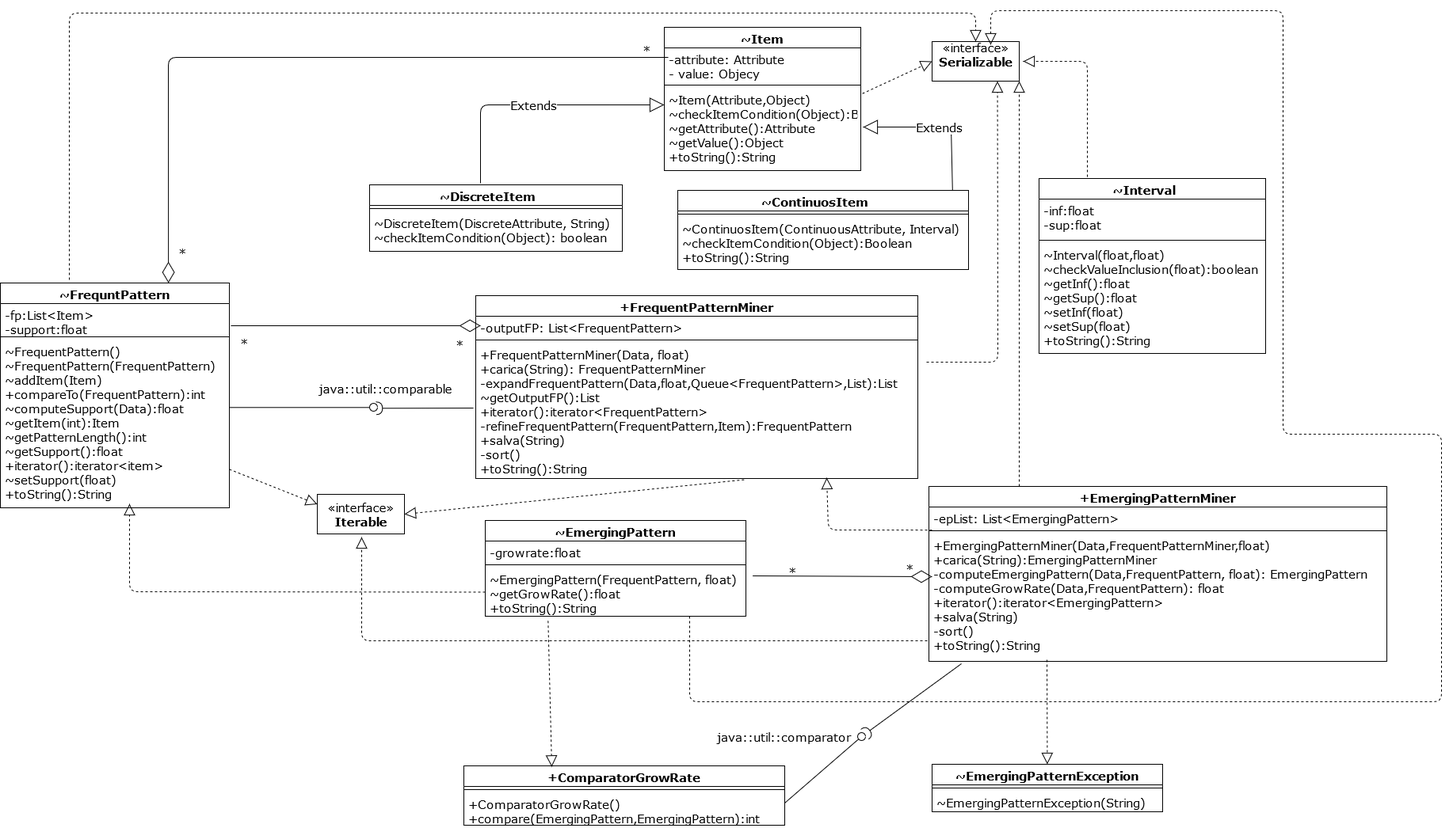
Earlier version of the draw.io export doc/diagramma classi server/DIAGRAMMA CLASSI MINER.png (StefanoBavaro/Progetto-MAP). Source tidied: cells renumbered, new cells last; positions are measured from the earlier drawing's top-left corner, leaving out a move shared by most shapes.
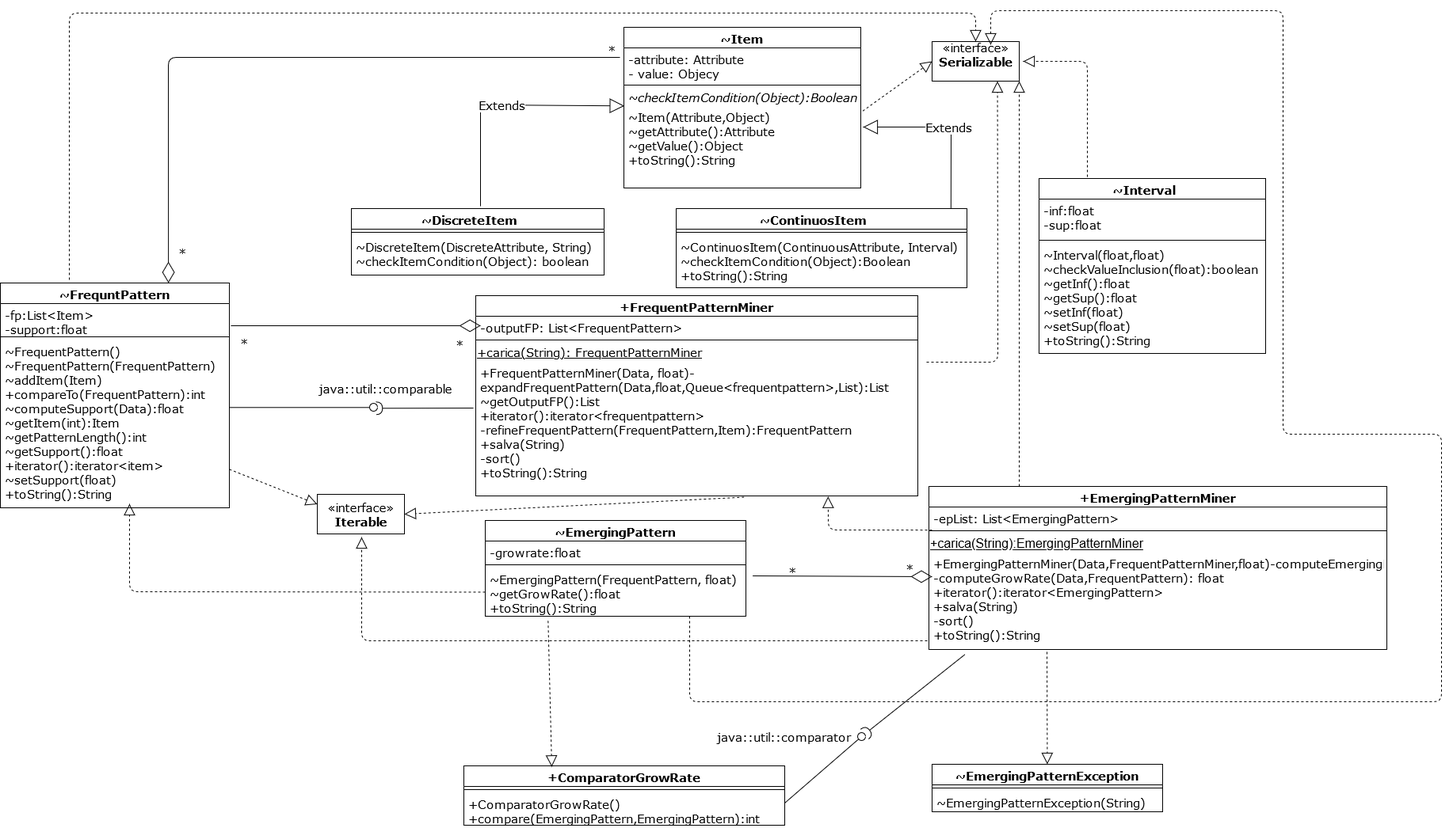
After the change.

Change to the diagram source:
```diff
@@ -3,19 +3,22 @@
     <mxCell id="0" />
     <mxCell id="1" parent="0" />
     <mxCell id="2" value="~Item" style="swimlane;fontStyle=1;align=center;verticalAlign=top;horizontal=1;startSize=26;fontFamily=Verdana;fontSize=15;" parent="1" vertex="1">
-      <mxGeometry x="838" y="21" width="248" height="181" as="geometry" />
+      <mxGeometry x="787" y="21" width="299" height="203" as="geometry" />
     </mxCell>
     <mxCell id="3" value="-attribute: Attribute&#10;- value: Objecy&#10;" style="text;strokeColor=none;fillColor=none;align=left;verticalAlign=top;spacingLeft=4;spacingRight=4;overflow=hidden;fontFamily=Verdana;fontSize=15;" parent="2" vertex="1">
-      <mxGeometry y="26" width="248" height="43" as="geometry" />
+      <mxGeometry y="26" width="299" height="43" as="geometry" />
     </mxCell>
     <mxCell id="4" style="line;strokeWidth=1;fillColor=none;align=left;verticalAlign=middle;spacingTop=-1;spacingLeft=3;spacingRight=3;labelPosition=right;fontFamily=Verdana;fontSize=15;" parent="2" vertex="1">
-      <mxGeometry y="69" width="248" height="8" as="geometry" />
+      <mxGeometry y="69" width="299" height="8" as="geometry" />
     </mxCell>
+    <mxCell id="72" value="~checkItemCondition(Object):Boolean" style="text;html=1;align=center;verticalAlign=middle;points=[];strokeColor=none;fillColor=none;fontSize=15;fontFamily=Verdana;fontStyle=2;" parent="2" vertex="1">
+      <mxGeometry y="77" width="299" height="22" as="geometry" />
+    </mxCell>
-    <mxCell id="5" value="~Item(Attribute,Object)&#10;~checkItemCondition(Object):Boolean&#10;~getAttribute():Attribute&#10;~getValue():Object&#10;+toString():String&#10;" style="text;strokeColor=none;fillColor=none;align=left;verticalAlign=top;spacingLeft=4;spacingRight=4;overflow=hidden;points=[[0,0.5],[1,0.5]];portConstraint=eastwest;fontFamily=Verdana;fontSize=15;" parent="2" vertex="1">
-      <mxGeometry y="77" width="248" height="104" as="geometry" />
+    <mxCell id="5" value="~Item(Attribute,Object)&#10;~getAttribute():Attribute&#10;~getValue():Object&#10;+toString():String&#10;" style="text;strokeColor=none;fillColor=none;align=left;verticalAlign=top;spacingLeft=4;spacingRight=4;overflow=hidden;points=[[0,0.5],[1,0.5]];portConstraint=eastwest;fontFamily=Verdana;fontSize=15;" parent="2" vertex="1">
+      <mxGeometry y="99" width="299" height="104" as="geometry" />
     </mxCell>
     <mxCell id="6" value="~DiscreteItem     " style="swimlane;fontStyle=1;align=center;verticalAlign=top;horizontal=1;startSize=26;fontFamily=Verdana;fontSize=15;" parent="1" vertex="1">
-      <mxGeometry x="466" y="220" width="319" height="84" as="geometry" />
+      <mxGeometry x="443" y="250" width="319" height="84" as="geometry" />
     </mxCell>
     <mxCell id="7" style="line;strokeWidth=1;fillColor=none;align=left;verticalAlign=middle;spacingTop=-1;spacingLeft=3;spacingRight=3;labelPosition=right;fontFamily=Verdana;fontSize=15;" parent="6" vertex="1">
       <mxGeometry y="26" width="319" height="8" as="geometry" />
@@ -24,7 +27,7 @@
       <mxGeometry y="34" width="319" height="50" as="geometry" />
     </mxCell>
     <mxCell id="9" value="~ContinuosItem    " style="swimlane;fontStyle=1;align=center;verticalAlign=top;horizontal=1;startSize=26;fontFamily=Verdana;fontSize=15;" parent="1" vertex="1">
-      <mxGeometry x="855" y="227" width="367" height="100" as="geometry" />
+      <mxGeometry x="853" y="250" width="367" height="100" as="geometry" />
     </mxCell>
     <mxCell id="10" style="line;strokeWidth=1;fillColor=none;align=left;verticalAlign=middle;spacingTop=-1;spacingLeft=3;spacingRight=3;labelPosition=right;fontFamily=Verdana;fontSize=15;" parent="9" vertex="1">
       <mxGeometry y="26" width="367" height="8" as="geometry" />
@@ -57,7 +60,7 @@
       <mxGeometry y="72" width="289" height="212" as="geometry" />
     </mxCell>
     <mxCell id="20" value="+FrequentPatternMiner" style="swimlane;fontStyle=1;align=center;verticalAlign=top;horizontal=1;startSize=26;fontFamily=Verdana;fontSize=15;" parent="1" vertex="1">
-      <mxGeometry x="600" y="360" width="558" height="231" as="geometry" />
+      <mxGeometry x="600" y="360" width="558" height="253" as="geometry" />
     </mxCell>
     <mxCell id="21" value="-outputFP: List&lt;FrequentPattern&gt;" style="text;strokeColor=none;fillColor=none;align=left;verticalAlign=top;spacingLeft=4;spacingRight=4;overflow=hidden;points=[[0,0.5],[1,0.5]];portConstraint=eastwest;fontFamily=Verdana;fontSize=15;" parent="20" vertex="1">
       <mxGeometry y="26" width="558" height="26" as="geometry" />
@@ -65,8 +68,11 @@
     <mxCell id="22" style="line;strokeWidth=1;fillColor=none;align=left;verticalAlign=middle;spacingTop=-1;spacingLeft=3;spacingRight=3;labelPosition=right;fontFamily=Verdana;fontSize=15;" parent="20" vertex="1">
       <mxGeometry y="52" width="558" height="8" as="geometry" />
     </mxCell>
+    <mxCell id="73" value="&lt;div style=&quot;font-size: 15px;&quot; align=&quot;left&quot;&gt;+carica(String): FrequentPatternMiner&lt;/div&gt;" style="text;html=1;align=left;verticalAlign=middle;strokeColor=none;fillColor=none;fontStyle=4;fontSize=15;fontFamily=Verdana;" parent="20" vertex="1">
+      <mxGeometry y="60" width="558" height="22" as="geometry" />
+    </mxCell>
-    <mxCell id="23" value="+FrequentPatternMiner(Data, float)&#10;+carica(String): FrequentPatternMiner&#10;-expandFrequentPattern(Data,float,Queue&lt;FrequentPattern&gt;,List):List&#10;~getOutputFP():List&#10;+iterator():iterator&lt;FrequentPattern&gt;&#10;-refineFrequentPattern(FrequentPattern,Item):FrequentPattern&#10;+salva(String)&#10;-sort()&#10;+toString():String&#10;" style="text;strokeColor=none;fillColor=none;align=left;verticalAlign=top;spacingLeft=4;spacingRight=4;overflow=hidden;points=[[0,0.5],[1,0.5]];portConstraint=eastwest;fontFamily=Verdana;fontSize=15;" parent="20" vertex="1">
-      <mxGeometry y="60" width="558" height="171" as="geometry" />
+    <mxCell id="23" value="+FrequentPatternMiner(Data, float)-expandFrequentPattern(Data,float,Queue&lt;frequentpattern&gt;,List):List&#10;~getOutputFP():List&#10;+iterator():iterator&lt;frequentpattern&gt;&#10;-refineFrequentPattern(FrequentPattern,Item):FrequentPattern&#10;+salva(String)&#10;-sort()&#10;+toString():String&#10;" style="text;strokeColor=none;fillColor=none;align=left;verticalAlign=top;spacingLeft=4;spacingRight=4;overflow=hidden;points=[[0,0.5],[1,0.5]];portConstraint=eastwest;fontFamily=Verdana;fontSize=15;fontStyle=0;whiteSpace=wrap;" parent="20" vertex="1">
+      <mxGeometry y="82" width="558" height="171" as="geometry" />
     </mxCell>
     <mxCell id="24" value="~EmergingPattern" style="swimlane;fontStyle=1;align=center;verticalAlign=top;horizontal=1;startSize=26;fontFamily=Verdana;fontSize=15;" parent="1" vertex="1">
       <mxGeometry x="612" y="644" width="329" height="121" as="geometry" />
@@ -81,7 +87,7 @@
       <mxGeometry y="60" width="329" height="61" as="geometry" />
     </mxCell>
     <mxCell id="28" value="+EmergingPatternMiner" style="swimlane;fontStyle=1;align=center;verticalAlign=top;horizontal=1;startSize=26;fontFamily=Verdana;fontSize=15;" parent="1" vertex="1">
-      <mxGeometry x="1172" y="601" width="578" height="221" as="geometry" />
+      <mxGeometry x="1172" y="601" width="578" height="206" as="geometry" />
     </mxCell>
     <mxCell id="29" value="-epList: List&lt;EmergingPattern&gt;" style="text;strokeColor=none;fillColor=none;align=left;verticalAlign=top;spacingLeft=4;spacingRight=4;overflow=hidden;fontFamily=Verdana;fontSize=15;" parent="28" vertex="1">
       <mxGeometry y="26" width="578" height="26" as="geometry" />
@@ -89,8 +95,11 @@
     <mxCell id="30" style="line;strokeWidth=1;fillColor=none;align=left;verticalAlign=middle;spacingTop=-1;spacingLeft=3;spacingRight=3;labelPosition=right;points=[];portConstraint=eastwest;fontFamily=Verdana;fontSize=15;" parent="28" vertex="1">
       <mxGeometry y="52" width="578" height="8" as="geometry" />
     </mxCell>
+    <mxCell id="74" value="&lt;span style=&quot;font-size: 16px;&quot;&gt;+carica(String):EmergingPatternMiner&lt;/span&gt;" style="text;html=1;align=left;verticalAlign=middle;strokeColor=none;fillColor=none;fontSize=16;fontFamily=Helvetica;fontStyle=4;" parent="28" vertex="1">
+      <mxGeometry y="60" width="578" height="23" as="geometry" />
+    </mxCell>
-    <mxCell id="31" value="+EmergingPatternMiner(Data,FrequentPatternMiner,float)&#10;+carica(String):EmergingPatternMiner&#10;-computeEmergingPattern(Data,FrequentPattern, float): EmergingPattern&#10;-computeGrowRate(Data,FrequentPattern): float&#10;+iterator():iterator&lt;EmergingPattern&gt;&#10;+salva(String)&#10;-sort()&#10;+toString():String&#10;" style="text;strokeColor=none;fillColor=none;align=left;verticalAlign=top;spacingLeft=4;spacingRight=4;overflow=hidden;points=[[0,0.5],[1,0.5]];portConstraint=eastwest;fontFamily=Verdana;fontSize=15;" parent="28" vertex="1">
-      <mxGeometry y="60" width="578" height="161" as="geometry" />
+    <mxCell id="31" value="+EmergingPatternMiner(Data,FrequentPatternMiner,float)-computeEmergingPattern(Data,FrequentPattern, float): EmergingPattern&#10;-computeGrowRate(Data,FrequentPattern): float&#10;+iterator():iterator&lt;EmergingPattern&gt;&#10;+salva(String)&#10;-sort()&#10;+toString():String&#10;" style="text;strokeColor=none;fillColor=none;align=left;verticalAlign=top;spacingLeft=4;spacingRight=4;overflow=hidden;points=[[0,0.5],[1,0.5]];portConstraint=eastwest;fontFamily=Verdana;fontSize=15;" parent="28" vertex="1">
+      <mxGeometry y="83" width="578" height="123" as="geometry" />
     </mxCell>
     <mxCell id="32" value="+ComparatorGrowRate" style="swimlane;fontStyle=1;align=center;verticalAlign=top;horizontal=1;startSize=26;fontFamily=Verdana;fontSize=15;" parent="1" vertex="1">
       <mxGeometry x="585" y="954" width="405" height="75" as="geometry" />
@@ -113,9 +122,9 @@
     <mxCell id="38" value="«interface»&lt;br style=&quot;font-size: 15px;&quot;&gt;&lt;div style=&quot;font-size: 15px;&quot;&gt;&lt;b style=&quot;font-size: 15px;&quot;&gt;Serializable&lt;/b&gt;&lt;/div&gt;&lt;div style=&quot;font-size: 15px;&quot;&gt;&lt;b style=&quot;font-size: 15px;&quot;&gt;&lt;br style=&quot;font-size: 15px;&quot;&gt;&lt;/b&gt;&lt;/div&gt;" style="html=1;fontFamily=Verdana;fontSize=15;" parent="1" vertex="1">
       <mxGeometry x="1176" y="39" width="110" height="50" as="geometry" />
     </mxCell>
-    <mxCell id="39" value="Extends" style="endArrow=block;endSize=16;endFill=0;html=1;fontFamily=Verdana;entryX=0;entryY=0.202;entryDx=0;entryDy=0;entryPerimeter=0;fontSize=15;" parent="1" edge="1" target="5">
+    <mxCell id="39" value="Extends" style="endArrow=block;endSize=16;endFill=0;html=1;fontFamily=Verdana;entryX=0.002;entryY=1.013;entryDx=0;entryDy=0;entryPerimeter=0;fontSize=15;" parent="1" edge="1" target="72">
       <mxGeometry relative="1" as="geometry">
-        <mxPoint x="606" y="218" as="sourcePoint" />
+        <mxPoint x="606" y="247" as="sourcePoint" />
         <Array as="points">
           <mxPoint x="606" y="119" />
         </Array>
@@ -143,7 +152,7 @@
     </mxCell>
     <mxCell id="43" style="endArrow=diamondThin;endFill=0;endSize=24;html=1;fontFamily=Verdana;fontSize=15;entryX=0.734;entryY=0;entryDx=0;entryDy=0;entryPerimeter=0;" parent="1" edge="1" target="16">
       <mxGeometry relative="1" as="geometry">
-        <mxPoint x="843" y="59" as="sourcePoint" />
+        <mxPoint x="782" y="59" as="sourcePoint" />
         <Array as="points">
           <mxPoint x="212" y="59" />
         </Array>
@@ -153,7 +162,7 @@
       <mxGeometry x="220" y="295" width="20" height="22" as="geometry" />
     </mxCell>
     <mxCell id="45" value="*" style="text;html=1;align=center;verticalAlign=middle;strokeColor=none;fillColor=none;fontFamily=Verdana;fontSize=15;" parent="1" vertex="1">
-      <mxGeometry x="806" y="39" width="20" height="22" as="geometry" />
+      <mxGeometry x="762" y="39" width="20" height="22" as="geometry" />
     </mxCell>
     <mxCell id="46" style="endArrow=diamondThin;endFill=0;endSize=24;html=1;fontFamily=Verdana;fontSize=15;entryX=0.011;entryY=0.462;entryDx=0;entryDy=0;entryPerimeter=0;" parent="1" edge="1" target="21">
       <mxGeometry relative="1" as="geometry">
@@ -246,9 +255,8 @@
         </Array>
       </mxGeometry>
     </mxCell>
-    <mxCell id="62" style="endArrow=block;dashed=1;endFill=0;endSize=12;html=1;fontFamily=Verdana;fontSize=15;exitX=0.007;exitY=0.393;exitDx=0;exitDy=0;exitPerimeter=0;" parent="1" edge="1" source="30">
+    <mxCell id="62" style="endArrow=block;dashed=1;endFill=0;endSize=12;html=1;fontFamily=Verdana;fontSize=15;exitX=0.007;exitY=0.393;exitDx=0;exitDy=0;exitPerimeter=0;entryX=0.797;entryY=1.004;entryDx=0;entryDy=0;entryPerimeter=0;" parent="1" edge="1" source="30" target="23">
       <mxGeometry relative="1" as="geometry">
-        <mxPoint x="1043" y="590" as="targetPoint" />
         <Array as="points">
           <mxPoint x="1045" y="656" />
         </Array>
@@ -256,7 +264,7 @@
     </mxCell>
     <mxCell id="63" style="endArrow=block;dashed=1;endFill=0;endSize=12;html=1;fontFamily=Verdana;fontSize=15;" parent="1" edge="1" target="35">
       <mxGeometry relative="1" as="geometry">
-        <mxPoint x="1321" y="820" as="sourcePoint" />
+        <mxPoint x="1321" y="810" as="sourcePoint" />
       </mxGeometry>
     </mxCell>
     <mxCell id="64" style="endArrow=block;dashed=1;endFill=0;endSize=12;html=1;fontFamily=Verdana;fontSize=15;exitX=0.241;exitY=1.094;exitDx=0;exitDy=0;exitPerimeter=0;entryX=0.274;entryY=0.017;entryDx=0;entryDy=0;entryPerimeter=0;" parent="1" edge="1" source="27" target="32">
@@ -276,10 +284,8 @@
     <mxCell id="68" style="rounded=0;jettySize=auto;html=1;endArrow=none;endFill=0;fontFamily=Verdana;fontSize=15;exitX=1;exitY=0.317;exitDx=0;exitDy=0;exitPerimeter=0;" parent="1" edge="1" source="34" target="70">
       <mxGeometry relative="1" as="geometry" />
     </mxCell>
-    <mxCell id="69" style="rounded=0;jettySize=auto;html=1;endArrow=halfCircle;endFill=0;endSize=6;strokeWidth=1;fontFamily=Verdana;fontSize=15;" parent="1" edge="1" target="70">
-      <mxGeometry relative="1" as="geometry">
-        <mxPoint x="1213" y="825" as="sourcePoint" />
-      </mxGeometry>
+    <mxCell id="69" style="rounded=0;jettySize=auto;html=1;endArrow=halfCircle;endFill=0;endSize=6;strokeWidth=1;fontFamily=Verdana;fontSize=15;exitX=0.079;exitY=1.05;exitDx=0;exitDy=0;exitPerimeter=0;" parent="1" edge="1" source="31" target="70">
+      <mxGeometry relative="1" as="geometry" />
     </mxCell>
     <mxCell id="70" style="ellipse;whiteSpace=wrap;html=1;fontFamily=Helvetica;fontSize=15;fontColor=#000000;align=center;strokeColor=#000000;fillColor=#ffffff;points=[];" parent="1" vertex="1">
       <mxGeometry x="1082" y="912" width="10" height="10" as="geometry" />
```
